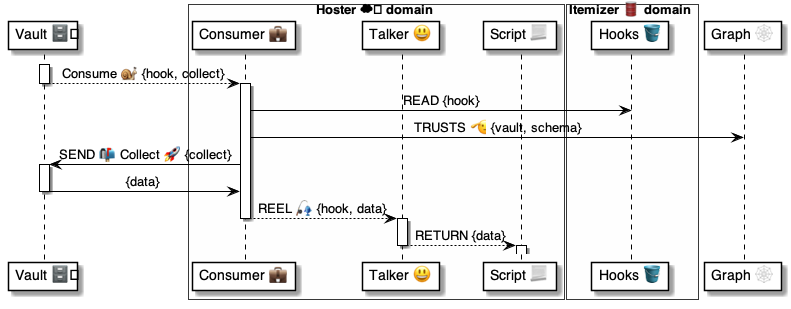
Before: 4 ⚙️ Solution/41 🎭 Domain Roles/Consumers 💼/💼📨 Consumer msgs/Consume 🗄️🐌💼/💼 Consume ⚙️ uml.png, a diagram exported from PlantUML (pollyweb-org/pollyweb-docs). Its source is kept beside it as 4 ⚙️ Solution/41 🎭 Domain Roles/Consumers 💼/💼📨 Consumer msgs/Consume 🗄️🐌💼/💼 Consume ⚙️ uml.puml.
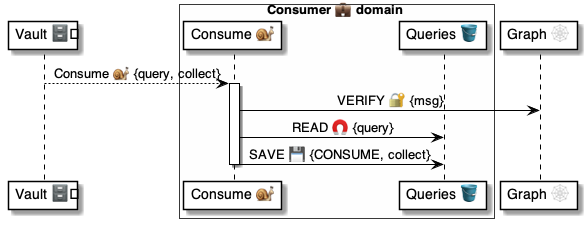
The same diagram one commit later.

Change to the diagram source:
```diff
@@ -1,40 +1,20 @@
 @startuml Consumer@Consumer
 
 participant "Vault 🗄️" as vault
-
-box Hoster ☁️ domain #FFFFFA
-    participant "Consumer 💼" as consumer
-    participant "Talker 😃" as talker
-    participant "Script 📃" as script
+box Consumer 💼 domain #FFFFFA
+    participant "Consume 🐌" as consumer
+    participant "Queries 🪣" as hooks
 end box
-
-box Itemizer 🛢 domain #FFFFFA
-    participant "Hooks 🪣" as hooks
-end box
-
 participant "Graph 🕸" as graph
 
-activate vault
-    vault --> consumer: Consume 🐌 {hook, collect}
-deactivate vault
+
+vault --> consumer: Consume 🐌 {query, collect}
 
 activate consumer
-    consumer -> hooks: READ {hook}
-    consumer -> graph: TRUSTS 🫡 {vault, schema}
-    consumer -> vault: SEND 📬 Collect 🚀 {collect}
-
-    activate vault
-        vault -> consumer: {data}
-    deactivate vault
-
-    consumer --> talker: REEL 🎣 {hook, data}
+    consumer -> graph: VERIFY 🔐 {msg}
+    consumer -> hooks: READ 🧲 {query}
+    consumer -> hooks: SAVE 💾 {CONSUME, collect}
 deactivate consumer
 
-activate talker
-    talker --> script: RETURN {data}
-deactivate talker
-
-activate script
-deactivate script
 
 @enduml
```
